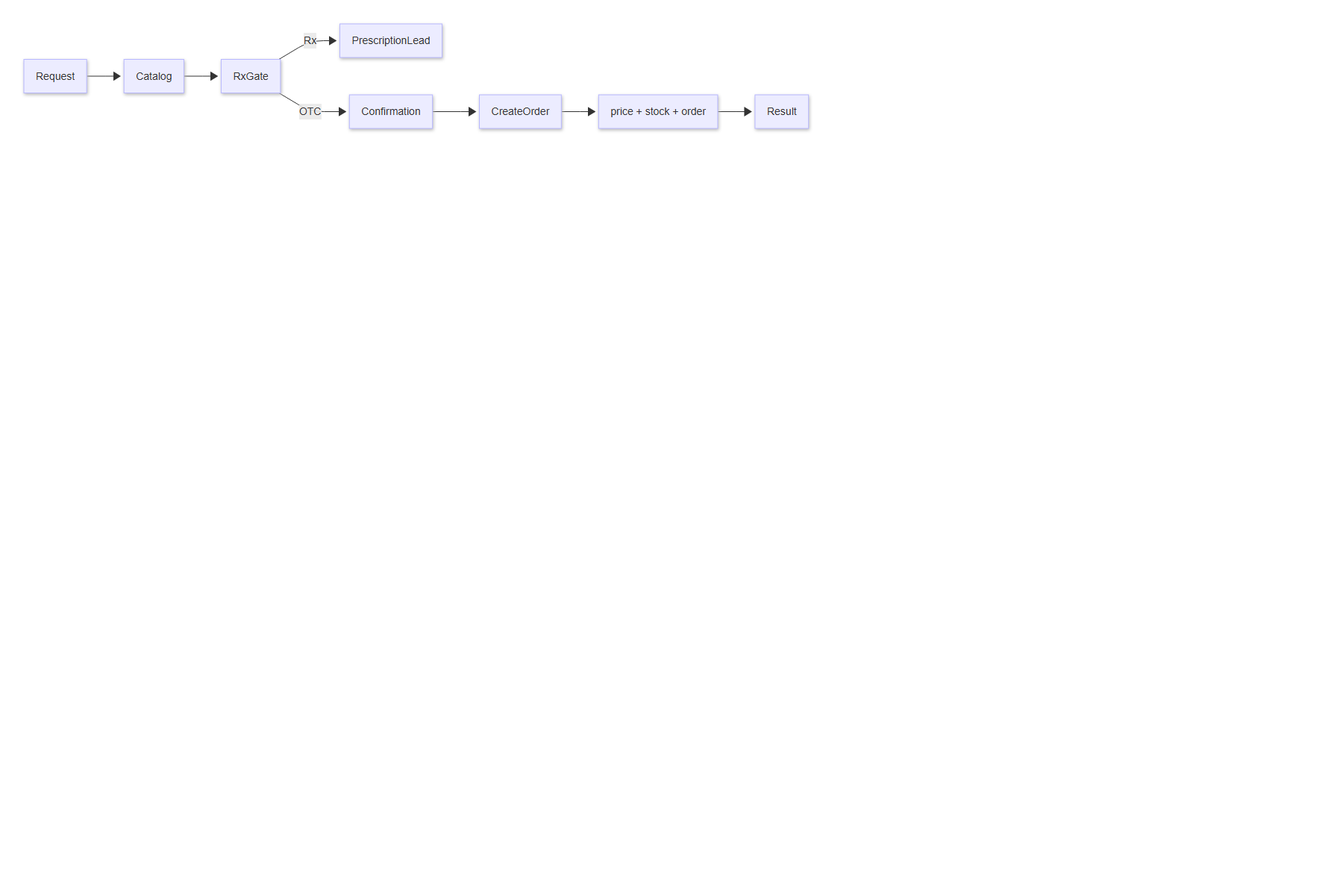
The Mermaid diagram docs/diagrams/order.png in RowanFayez/ShifaPharmacy_AISales_CustomerServiceAgent, before a commit. Its source is kept beside it as docs/diagrams/order.mmd.
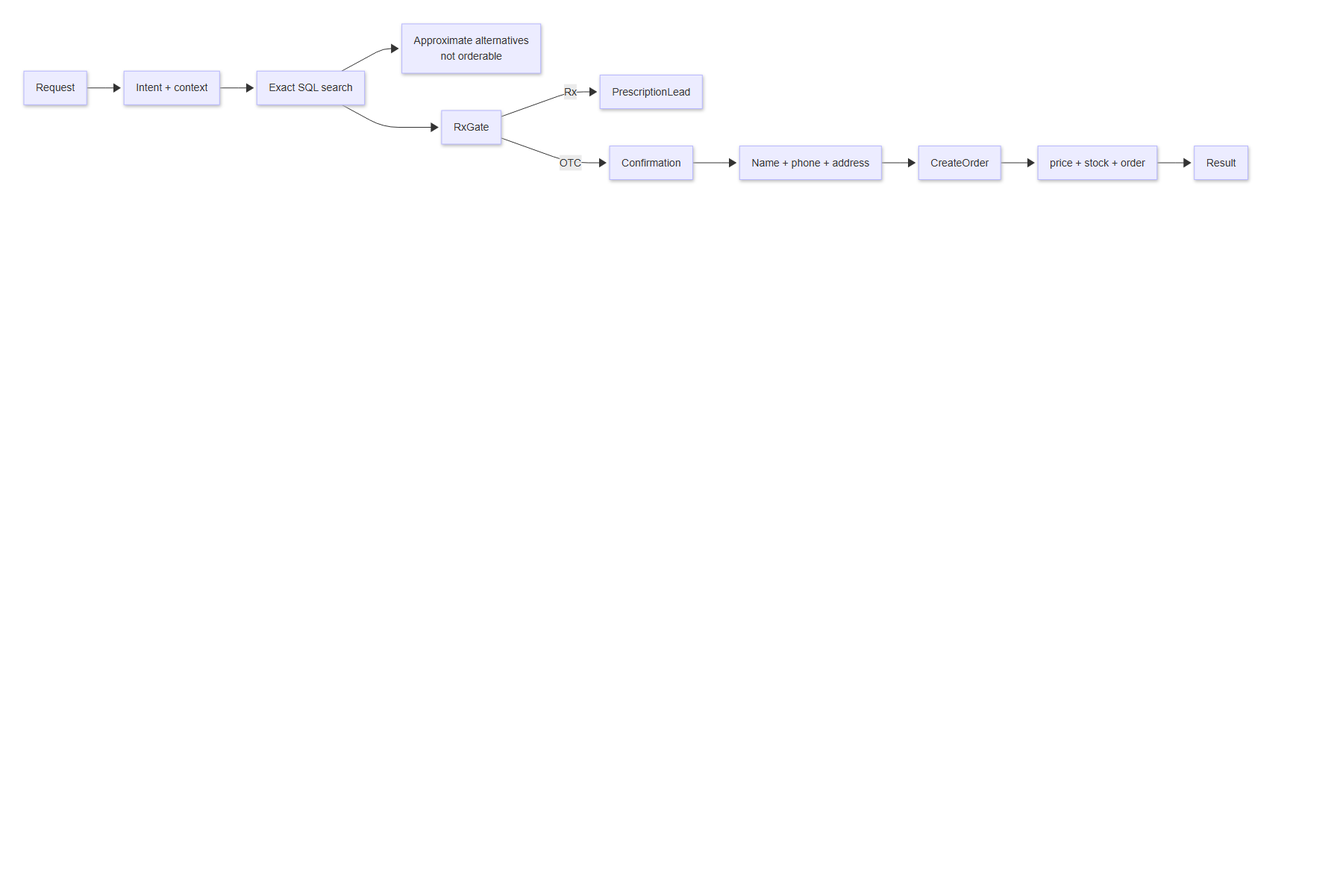
The same file after the commit.

What changed in the source:
```diff
@@ -1,4 +1,8 @@
 flowchart LR
-  Request --> Catalog --> RxGate
+  Request --> Intent[Intent + context]
+  Intent --> Catalog[Exact SQL search]
+  Catalog --> Approx[Approximate alternatives\nnot orderable]
+  Catalog --> RxGate
   RxGate -- Rx --> PrescriptionLead
-  RxGate -- OTC --> Confirmation --> CreateOrder --> Transaction[price + stock + order] --> Result
+  RxGate -- OTC --> Confirmation --> Details[Name + phone + address]
+  Details --> CreateOrder --> Transaction[price + stock + order] --> Result
```
